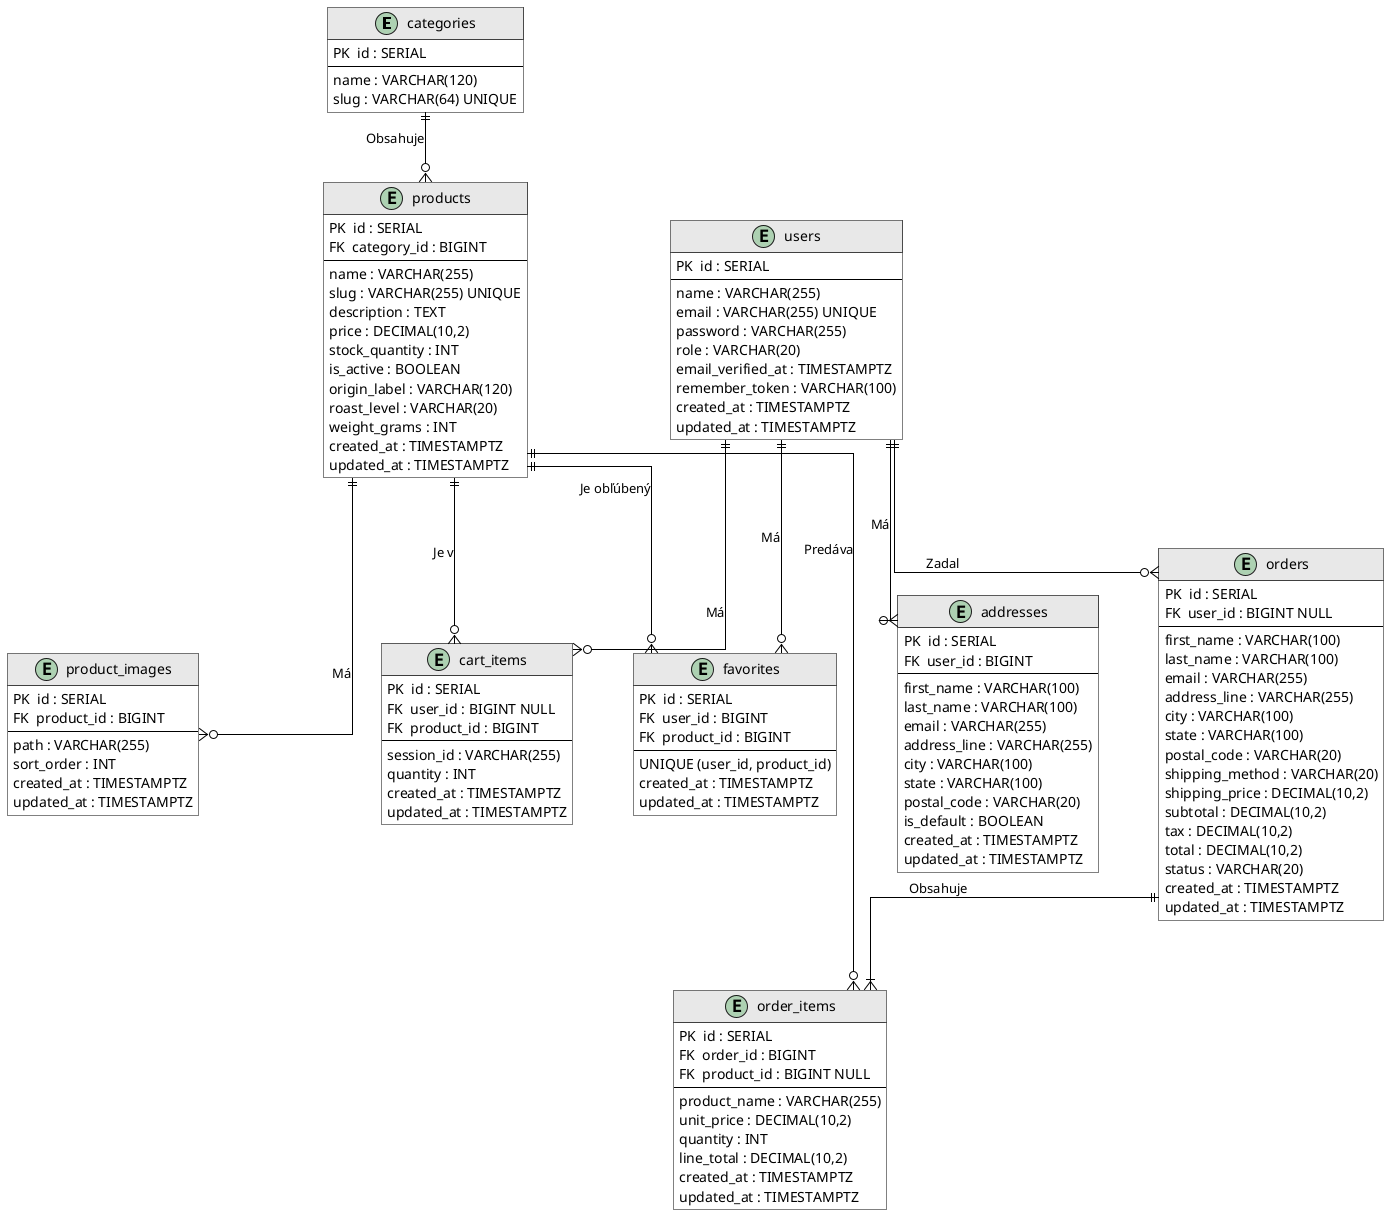
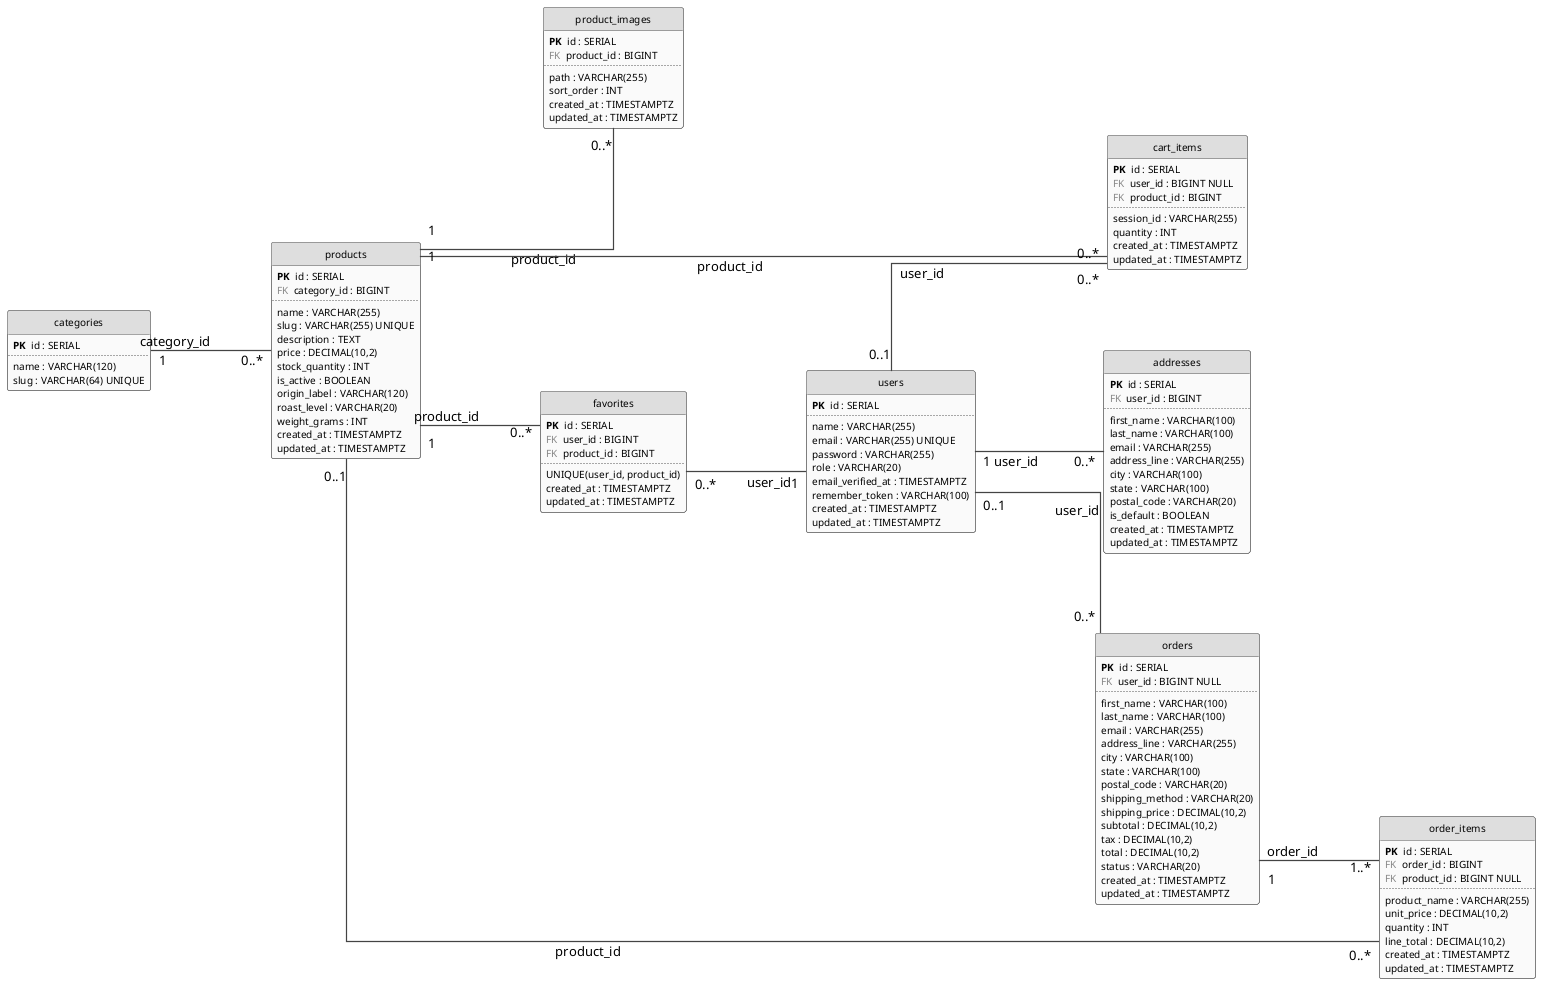
@startuml WTECH_datovy_faza2
+ left to right direction
skinparam linetype ortho
- skinparam roundcorner 0
- skinparam classBackgroundColor White
- skinparam classBorderColor Black
- skinparam classHeaderBackgroundColor #E8E8E8
- skinparam ArrowColor Black
- skinparam nodesep 60
- skinparam ranksep 70
+ skinparam shadowing false
+ skinparam nodesep 80
+ skinparam ranksep 120

- entity "categories" {
-   PK  id : SERIAL
-   --
+ skinparam class {
+   BackgroundColor     #FAFAFA
+   BorderColor         #555555
+   HeaderBackgroundColor #DEDEDE
+   FontName            Arial
+   FontSize            11
+   AttributeFontName   Arial
+   AttributeFontSize   10
+ }
+ skinparam ArrowColor  #444444
+ skinparam ArrowThickness 1.2
+ 
+ hide circle
+ hide methods
+ 
+ ' ── Tabuľky ─────────────────────────────────────────────────────────────────
+ 
+ class "categories" as cat {
+   <b>PK</b>  id : SERIAL
+   ..
  name : VARCHAR(120)
  slug : VARCHAR(64) UNIQUE
}

- entity "products" {
-   PK  id : SERIAL
-   FK  category_id : BIGINT
-   --
+ class "products" as pro {
+   <b>PK</b>  id : SERIAL
+   <color:#888>FK</color>  category_id : BIGINT
+   ..
  name : VARCHAR(255)
  slug : VARCHAR(255) UNIQUE
  description : TEXT
  price : DECIMAL(10,2)
  stock_quantity : INT
  is_active : BOOLEAN
  origin_label : VARCHAR(120)
  roast_level : VARCHAR(20)
  weight_grams : INT
  created_at : TIMESTAMPTZ
  updated_at : TIMESTAMPTZ
}

- entity "product_images" {
-   PK  id : SERIAL
-   FK  product_id : BIGINT
-   --
+ class "product_images" as pim {
+   <b>PK</b>  id : SERIAL
+   <color:#888>FK</color>  product_id : BIGINT
+   ..
  path : VARCHAR(255)
  sort_order : INT
  created_at : TIMESTAMPTZ
  updated_at : TIMESTAMPTZ
}

- entity "users" {
-   PK  id : SERIAL
-   --
+ class "users" as usr {
+   <b>PK</b>  id : SERIAL
+   ..
  name : VARCHAR(255)
  email : VARCHAR(255) UNIQUE
  password : VARCHAR(255)
  role : VARCHAR(20)
  email_verified_at : TIMESTAMPTZ
  remember_token : VARCHAR(100)
  created_at : TIMESTAMPTZ
  updated_at : TIMESTAMPTZ
}

- entity "cart_items" {
-   PK  id : SERIAL
-   FK  user_id : BIGINT NULL
-   FK  product_id : BIGINT
-   --
+ class "cart_items" as crt {
+   <b>PK</b>  id : SERIAL
+   <color:#888>FK</color>  user_id : BIGINT NULL
+   <color:#888>FK</color>  product_id : BIGINT
+   ..
  session_id : VARCHAR(255)
  quantity : INT
  created_at : TIMESTAMPTZ
  updated_at : TIMESTAMPTZ
}

- entity "favorites" {
-   PK  id : SERIAL
-   FK  user_id : BIGINT
-   FK  product_id : BIGINT
-   --
-   UNIQUE (user_id, product_id)
+ class "favorites" as fav {
+   <b>PK</b>  id : SERIAL
+   <color:#888>FK</color>  user_id : BIGINT
+   <color:#888>FK</color>  product_id : BIGINT
+   ..
+   UNIQUE(user_id, product_id)
  created_at : TIMESTAMPTZ
  updated_at : TIMESTAMPTZ
}

- entity "addresses" {
-   PK  id : SERIAL
-   FK  user_id : BIGINT
-   --
+ class "addresses" as adr {
+   <b>PK</b>  id : SERIAL
+   <color:#888>FK</color>  user_id : BIGINT
+   ..
  first_name : VARCHAR(100)
  last_name : VARCHAR(100)
  email : VARCHAR(255)
  address_line : VARCHAR(255)
  city : VARCHAR(100)
  state : VARCHAR(100)
  postal_code : VARCHAR(20)
  is_default : BOOLEAN
  created_at : TIMESTAMPTZ
  updated_at : TIMESTAMPTZ
}

- entity "orders" {
-   PK  id : SERIAL
-   FK  user_id : BIGINT NULL
-   --
+ class "orders" as ord {
+   <b>PK</b>  id : SERIAL
+   <color:#888>FK</color>  user_id : BIGINT NULL
+   ..
  first_name : VARCHAR(100)
  last_name : VARCHAR(100)
  email : VARCHAR(255)
  address_line : VARCHAR(255)
  city : VARCHAR(100)
  state : VARCHAR(100)
  postal_code : VARCHAR(20)
  shipping_method : VARCHAR(20)
  shipping_price : DECIMAL(10,2)
  subtotal : DECIMAL(10,2)
  tax : DECIMAL(10,2)
  total : DECIMAL(10,2)
  status : VARCHAR(20)
  created_at : TIMESTAMPTZ
  updated_at : TIMESTAMPTZ
}

- entity "order_items" {
-   PK  id : SERIAL
-   FK  order_id : BIGINT
-   FK  product_id : BIGINT NULL
-   --
+ class "order_items" as ori {
+   <b>PK</b>  id : SERIAL
+   <color:#888>FK</color>  order_id : BIGINT
+   <color:#888>FK</color>  product_id : BIGINT NULL
+   ..
  product_name : VARCHAR(255)
  unit_price : DECIMAL(10,2)
  quantity : INT
  line_total : DECIMAL(10,2)
  created_at : TIMESTAMPTZ
  updated_at : TIMESTAMPTZ
}

- ' ── Vzťahy ─────────────────────────────────────────────────────────────────
- categories      ||--o{ products       : "Obsahuje"
- products        ||--o{ product_images : "Má"
- products        ||--o{ cart_items     : "Je v"
- products        ||--o{ favorites      : "Je obľúbený"
- products        ||--o{ order_items    : "Predáva"
+ ' ── Poradie (skryté) ────────────────────────────────────────────────────────
+ fav -[hidden]-> usr
+ adr -[hidden]-> usr

- users           ||--o{ cart_items     : "Má"
- users           ||--o{ favorites      : "Má"
- users           ||--o{ addresses      : "Má"
- users           ||--o{ orders         : "Zadal"
- 
- orders          ||--|{ order_items    : "Obsahuje"
+ ' ── Vzťahy ───────────────────────────────────────────────────────────────────
+ cat "1" -- "0..*" pro : category_id
+ pro "1" -- "0..*" pim : product_id
+ usr "0..1" -- "0..*" crt : user_id
+ pro "1" -- "0..*" crt : product_id
+ usr "1" -- "0..*" fav : user_id
+ pro "1" -- "0..*" fav : product_id
+ usr "1" -- "0..*" adr : user_id
+ usr "0..1" -- "0..*" ord : user_id
+ ord "1" -- "1..*" ori : order_id
+ pro "0..1" -- "0..*" ori : product_id

@enduml
